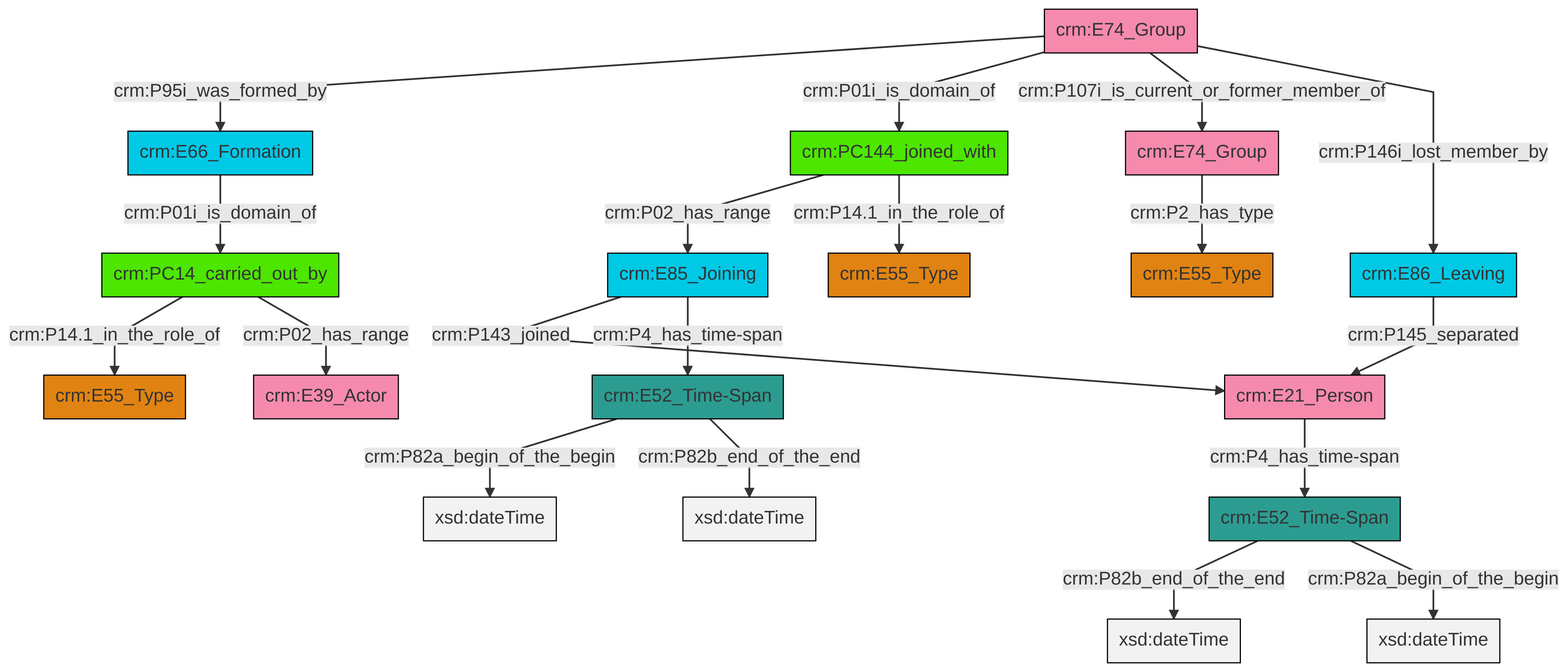
Earlier version of the Mermaid export et/groupCSV/ttl/mmd/png/group_actor_relations.png (swiss-art-research-net/docs.swissartresearch). Its source is kept beside it as et/groupCSV/ttl/mmd/group_actor_relations.ttl.mmd.
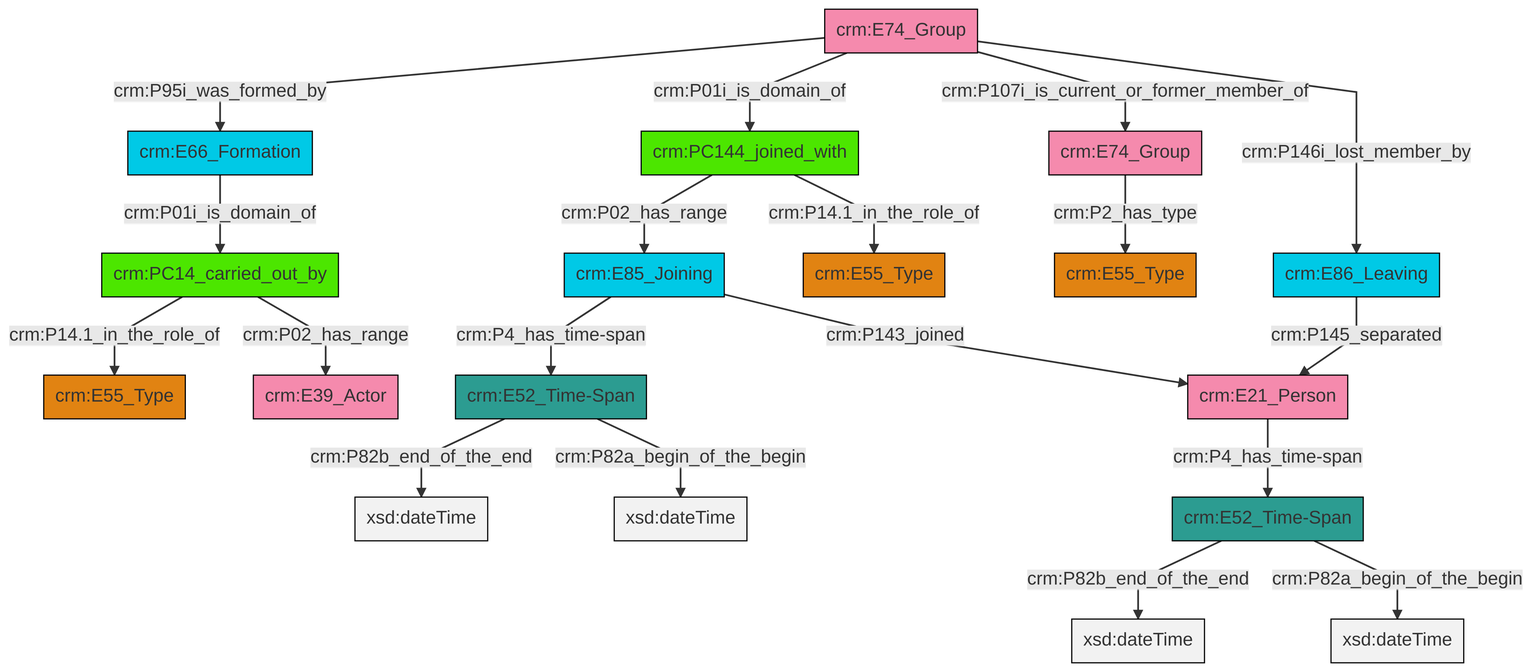
The same diagram one commit later.

The edit, as a diff of the source:
```diff
@@ -13,21 +13,21 @@
 classDef PC_Classes fill:#4ce600, stroke:#000000;
 classDef Multi fill:#cccccc,stroke:#000000;
 
-2["crm:PC144_joined_with"]:::PC_Classes -->|crm:P02_has_range| 3["crm:E85_Joining"]:::Temporal_Entity
-5["crm:E52_Time-Span"]:::Time-Span -->|crm:P82a_begin_of_the_begin| 6[xsd:dateTime]:::Literal
-9["crm:E74_Group"]:::Actor -->|crm:P2_has_type| 10["crm:E55_Type"]:::Type
-11["crm:E86_Leaving"]:::Temporal_Entity -->|crm:P145_separated| 12["crm:E21_Person"]:::Actor
-3["crm:E85_Joining"]:::Temporal_Entity -->|crm:P143_joined| 12["crm:E21_Person"]:::Actor
-3["crm:E85_Joining"]:::Temporal_Entity -->|crm:P4_has_time-span| 5["crm:E52_Time-Span"]:::Time-Span
-18["crm:E74_Group"]:::Actor -->|crm:P95i_was_formed_by| 19["crm:E66_Formation"]:::Temporal_Entity
-5["crm:E52_Time-Span"]:::Time-Span -->|crm:P82b_end_of_the_end| 22[xsd:dateTime]:::Literal
-19["crm:E66_Formation"]:::Temporal_Entity -->|crm:P01i_is_domain_of| 16["crm:PC14_carried_out_by"]:::PC_Classes
-18["crm:E74_Group"]:::Actor -->|crm:P01i_is_domain_of| 2["crm:PC144_joined_with"]:::PC_Classes
-12["crm:E21_Person"]:::Actor -->|crm:P4_has_time-span| 7["crm:E52_Time-Span"]:::Time-Span
-18["crm:E74_Group"]:::Actor -->|crm:P107i_is_current_or_former_member_of| 9["crm:E74_Group"]:::Actor
-16["crm:PC14_carried_out_by"]:::PC_Classes -->|crm:P14.1_in_the_role_of| 24["crm:E55_Type"]:::Type
-18["crm:E74_Group"]:::Actor -->|crm:P146i_lost_member_by| 11["crm:E86_Leaving"]:::Temporal_Entity
-7["crm:E52_Time-Span"]:::Time-Span -->|crm:P82b_end_of_the_end| 28[xsd:dateTime]:::Literal
-2["crm:PC144_joined_with"]:::PC_Classes -->|crm:P14.1_in_the_role_of| 0["crm:E55_Type"]:::Type
-16["crm:PC14_carried_out_by"]:::PC_Classes -->|crm:P02_has_range| 31["crm:E39_Actor"]:::Actor
-7["crm:E52_Time-Span"]:::Time-Span -->|crm:P82a_begin_of_the_begin| 32[xsd:dateTime]:::Literal
+2["crm:E52_Time-Span"]:::Time-Span -->|crm:P82b_end_of_the_end| 3[xsd:dateTime]:::Literal
+6["crm:E66_Formation"]:::Temporal_Entity -->|crm:P01i_is_domain_of| 7["crm:PC14_carried_out_by"]:::PC_Classes
+8["crm:PC144_joined_with"]:::PC_Classes -->|crm:P02_has_range| 4["crm:E85_Joining"]:::Temporal_Entity
+0["crm:E74_Group"]:::Actor -->|crm:P95i_was_formed_by| 6["crm:E66_Formation"]:::Temporal_Entity
+11["crm:E52_Time-Span"]:::Time-Span -->|crm:P82b_end_of_the_end| 12[xsd:dateTime]:::Literal
+13["crm:E74_Group"]:::Actor -->|crm:P2_has_type| 9["crm:E55_Type"]:::Type
+2["crm:E52_Time-Span"]:::Time-Span -->|crm:P82a_begin_of_the_begin| 14[xsd:dateTime]:::Literal
+7["crm:PC14_carried_out_by"]:::PC_Classes -->|crm:P14.1_in_the_role_of| 16["crm:E55_Type"]:::Type
+7["crm:PC14_carried_out_by"]:::PC_Classes -->|crm:P02_has_range| 17["crm:E39_Actor"]:::Actor
+18["crm:E86_Leaving"]:::Temporal_Entity -->|crm:P145_separated| 19["crm:E21_Person"]:::Actor
+4["crm:E85_Joining"]:::Temporal_Entity -->|crm:P4_has_time-span| 11["crm:E52_Time-Span"]:::Time-Span
+8["crm:PC144_joined_with"]:::PC_Classes -->|crm:P14.1_in_the_role_of| 21["crm:E55_Type"]:::Type
+0["crm:E74_Group"]:::Actor -->|crm:P01i_is_domain_of| 8["crm:PC144_joined_with"]:::PC_Classes
+19["crm:E21_Person"]:::Actor -->|crm:P4_has_time-span| 2["crm:E52_Time-Span"]:::Time-Span
+11["crm:E52_Time-Span"]:::Time-Span -->|crm:P82a_begin_of_the_begin| 33[xsd:dateTime]:::Literal
+4["crm:E85_Joining"]:::Temporal_Entity -->|crm:P143_joined| 19["crm:E21_Person"]:::Actor
+0["crm:E74_Group"]:::Actor -->|crm:P107i_is_current_or_former_member_of| 13["crm:E74_Group"]:::Actor
+0["crm:E74_Group"]:::Actor -->|crm:P146i_lost_member_by| 18["crm:E86_Leaving"]:::Temporal_Entity
```
